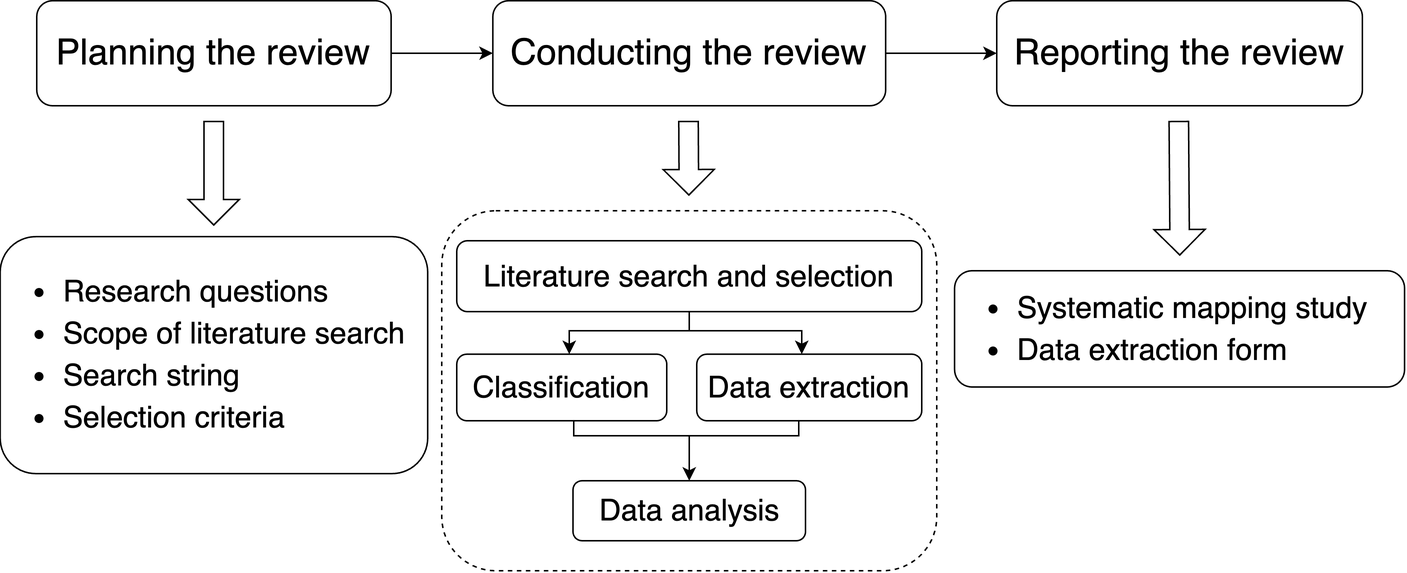
Above: figure/review_process.png in ruizhengu/XR-testing-study (draw.io), before the change. Source tidied: cells renumbered, new cells last; positions are measured from the earlier drawing's top-left corner, leaving out a move shared by most shapes.
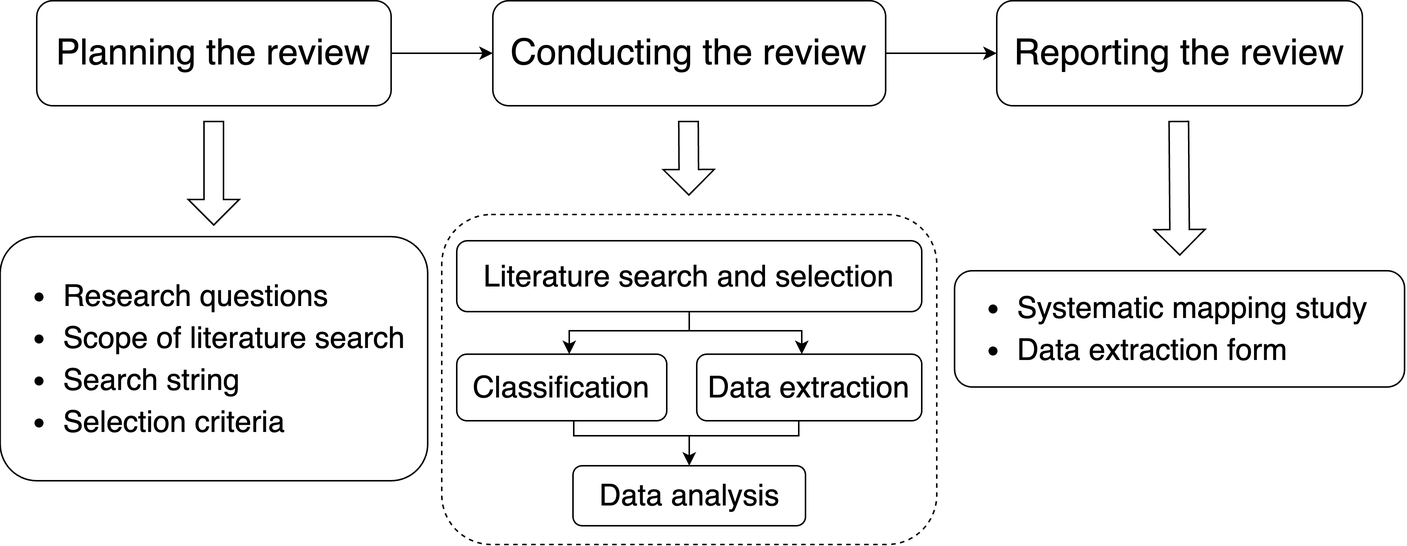
The same file after the commit.

Commit message:
update process figure

Change to the diagram source:
```diff
@@ -18,10 +18,10 @@
       <mxGeometry x="664" width="243.8" height="70" as="geometry" />
     </mxCell>
     <mxCell id="7" value="&lt;ul style=&quot;font-size: 20px; line-height: 140%;&quot;&gt;&lt;li&gt;Research questions&lt;/li&gt;&lt;li&gt;Scope of literature search&amp;nbsp;&lt;/li&gt;&lt;li&gt;Search string&lt;/li&gt;&lt;li style=&quot;&quot;&gt;Selection criteria&lt;/li&gt;&lt;/ul&gt;" style="rounded=1;whiteSpace=wrap;html=1;horizontal=1;align=left;" parent="1" vertex="1">
-      <mxGeometry x="-0.4" y="157.3" width="285" height="158" as="geometry" />
+      <mxGeometry x="-0.4" y="157.3" width="285" height="162.7" as="geometry" />
     </mxCell>
     <mxCell id="8" style="rounded=1;whiteSpace=wrap;html=1;fillColor=none;dashed=1;" parent="1" vertex="1">
-      <mxGeometry x="294" y="140" width="330" height="240" as="geometry" />
+      <mxGeometry x="294" y="142.5" width="330" height="220" as="geometry" />
     </mxCell>
     <mxCell id="9" style="edgeStyle=orthogonalEdgeStyle;rounded=0;jettySize=auto;html=1;" parent="1" edge="1" source="11" target="18">
       <mxGeometry relative="1" as="geometry">
@@ -54,7 +54,7 @@
       <mxGeometry x="464" y="235.6" width="150" height="44.4" as="geometry" />
     </mxCell>
     <mxCell id="14" value="&lt;font style=&quot;font-size: 20px;&quot;&gt;Data analysis&lt;/font&gt;" style="rounded=1;whiteSpace=wrap;html=1;" parent="1" vertex="1">
-      <mxGeometry x="381.5" y="320" width="155" height="40" as="geometry" />
+      <mxGeometry x="381.5" y="310" width="155" height="40" as="geometry" />
     </mxCell>
     <mxCell id="15" style="shape=flexArrow;endArrow=classic;html=1;rounded=0;width=13;endSize=5.33;" parent="1" edge="1">
       <mxGeometry relative="1" as="geometry">
@@ -88,5 +88,8 @@
         <mxPoint x="786" y="170" as="targetPoint" />
       </mxGeometry>
     </mxCell>
+    <mxCell id="21" style="rounded=1;whiteSpace=wrap;html=1;fillColor=none;dashed=1;" parent="1" vertex="1">
+      <mxGeometry x="294" y="142.5" width="330" height="220" as="geometry" />
+    </mxCell>
   </root>
 </mxGraphModel>
```
